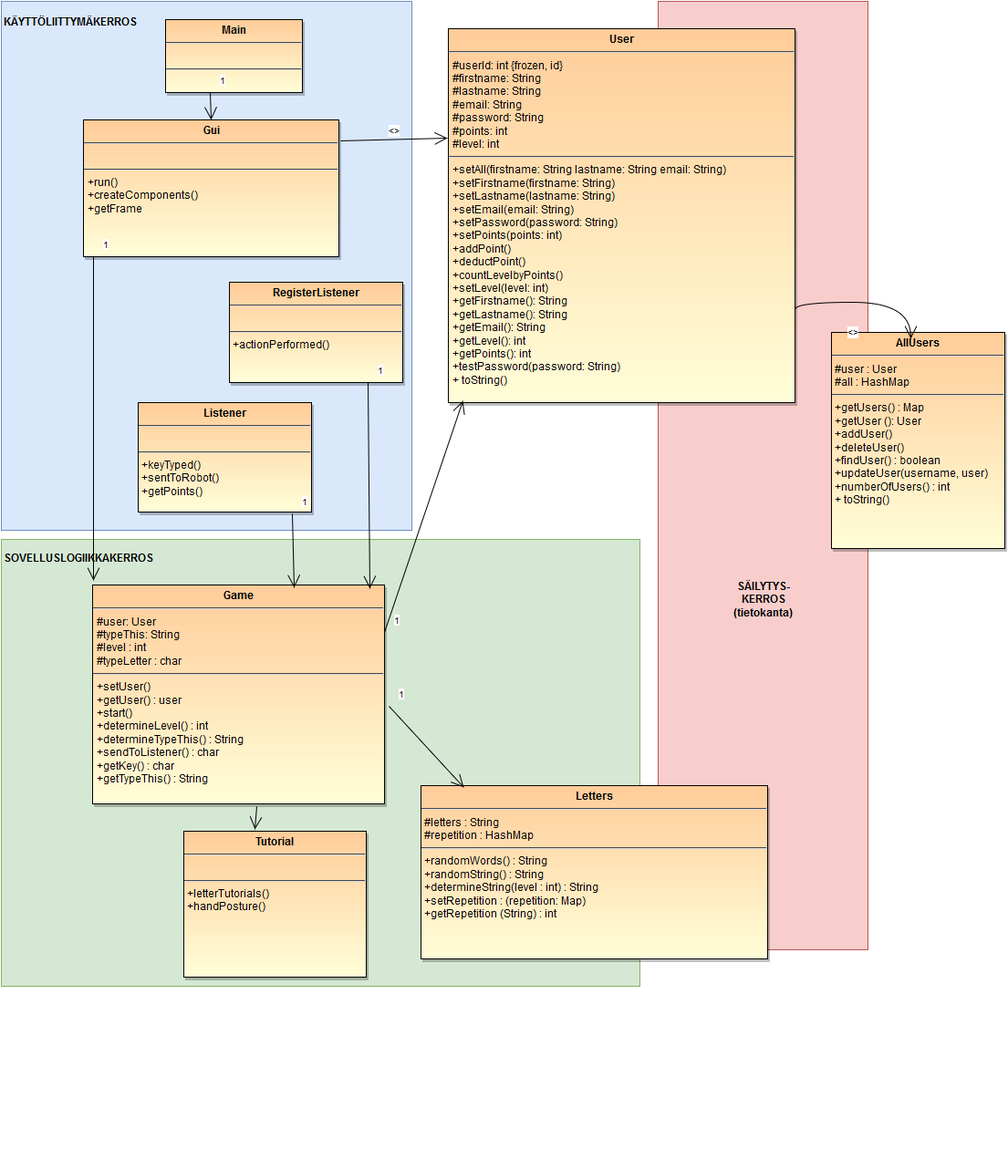
Before: dokumentaatio/luokkakaavio.png, a diagram exported from draw.io (MelDv/TypeTutor). Source tidied: cells renumbered, new cells last; positions are measured from the earlier drawing's top-left corner, leaving out a move shared by most shapes.
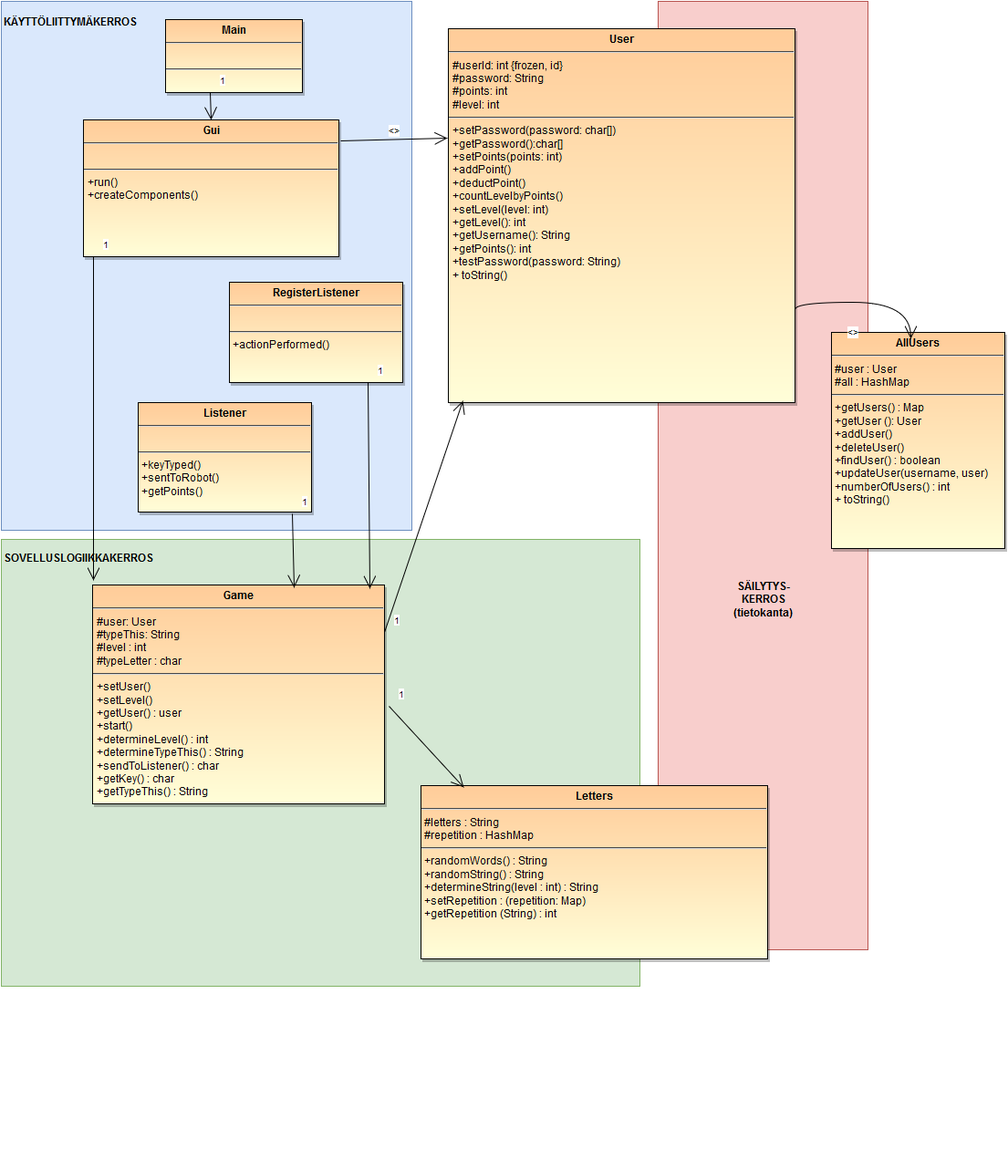
After the commit.

Commit message:
luokkakaavion päivitys

What changed in the source:
```diff
@@ -11,16 +11,16 @@
     <mxCell id="4" value="&lt;b&gt;&lt;br&gt;&lt;br&gt;&lt;br&gt;&lt;br&gt;&lt;br&gt;&lt;br&gt;&lt;br&gt;&lt;br&gt;&lt;br&gt;&lt;br&gt;&lt;br&gt;&lt;br&gt;&lt;br&gt;&lt;br&gt;&lt;br&gt;SOVELLUSLOGIIKKAKERROS&lt;br&gt;&lt;br&gt;&lt;br&gt;&lt;/b&gt;&lt;div align=&quot;left&quot;&gt;&lt;div align=&quot;left&quot;&gt;&lt;br&gt;&lt;br&gt;&lt;br&gt;&lt;br&gt;&lt;br&gt;&lt;br&gt;&lt;br&gt;&lt;br&gt;&lt;br&gt;&lt;br&gt;&lt;br&gt;&lt;br&gt;&lt;br&gt;&lt;br&gt;&lt;br&gt;&lt;br&gt;&lt;br&gt;&lt;br&gt;&lt;br&gt;&lt;br&gt;&lt;br&gt;&lt;br&gt;&lt;br&gt;&lt;br&gt;&lt;br&gt;&lt;br&gt;&lt;br&gt;&lt;br&gt;&lt;br&gt;&lt;br&gt;&lt;br&gt;&lt;br&gt;&lt;br&gt;&lt;br&gt;&lt;br&gt;&lt;br&gt;&lt;br&gt;&lt;br&gt;&lt;br&gt;&lt;br&gt;&lt;br&gt;&lt;/div&gt;&lt;b&gt;&lt;br&gt;&lt;/b&gt;&lt;/div&gt;&lt;br&gt;&lt;br&gt;" style="whiteSpace=wrap;html=1;fillColor=#d5e8d4;strokeColor=#82b366;align=left;" parent="1" vertex="1">
       <mxGeometry y="590" width="700" height="490" as="geometry" />
     </mxCell>
-    <mxCell id="5" value="&lt;p style=&quot;margin: 0px ; margin-top: 4px ; text-align: center&quot;&gt;&lt;strong&gt;Gui&lt;/strong&gt;&lt;/p&gt;&lt;hr&gt;&lt;p style=&quot;margin: 0px ; margin-left: 4px&quot;&gt;&lt;br&gt;&lt;/p&gt;&lt;hr&gt;&lt;p style=&quot;margin: 0px ; margin-left: 4px&quot;&gt;+run()&lt;/p&gt;&lt;p style=&quot;margin: 0px ; margin-left: 4px&quot;&gt;+createComponents()&lt;/p&gt;&lt;p style=&quot;margin: 0px ; margin-left: 4px&quot;&gt;+getFrame&lt;/p&gt;&lt;br&gt;" style="shadow=1;fillColor=#FFCC99;gradientColor=#FFFED8;verticalAlign=top;align=left;overflow=fill;fontSize=12;fontFamily=Helvetica;html=1;" parent="1" vertex="1">
+    <mxCell id="5" value="&lt;p style=&quot;margin: 0px ; margin-top: 4px ; text-align: center&quot;&gt;&lt;strong&gt;Gui&lt;/strong&gt;&lt;/p&gt;&lt;hr&gt;&lt;p style=&quot;margin: 0px ; margin-left: 4px&quot;&gt;&lt;br&gt;&lt;/p&gt;&lt;hr&gt;&lt;p style=&quot;margin: 0px ; margin-left: 4px&quot;&gt;+run()&lt;/p&gt;&lt;p style=&quot;margin: 0px ; margin-left: 4px&quot;&gt;+createComponents()&lt;/p&gt;&lt;p style=&quot;margin: 0px ; margin-left: 4px&quot;&gt;&lt;br&gt;&lt;/p&gt;&lt;br&gt;" style="shadow=1;fillColor=#FFCC99;gradientColor=#FFFED8;verticalAlign=top;align=left;overflow=fill;fontSize=12;fontFamily=Helvetica;html=1;" parent="1" vertex="1">
       <mxGeometry x="90" y="130" width="280" height="150" as="geometry" />
     </mxCell>
-    <mxCell id="6" value="&lt;p style=&quot;margin: 0px ; margin-top: 4px ; text-align: center&quot;&gt;&lt;strong&gt;User&lt;br&gt;&lt;/strong&gt;&lt;/p&gt;&lt;hr&gt;&lt;p style=&quot;margin: 0px ; margin-left: 4px&quot;&gt;#userId: int {frozen, id}&lt;/p&gt;&lt;p style=&quot;margin: 0px ; margin-left: 4px&quot;&gt;#firstname: String&lt;/p&gt;&lt;p style=&quot;margin: 0px ; margin-left: 4px&quot;&gt;#lastname: String&lt;/p&gt;&lt;p style=&quot;margin: 0px ; margin-left: 4px&quot;&gt;#email: String&lt;/p&gt;&lt;p style=&quot;margin: 0px ; margin-left: 4px&quot;&gt;#password: String&lt;/p&gt;&lt;p style=&quot;margin: 0px ; margin-left: 4px&quot;&gt;#points: int&lt;/p&gt;&lt;p style=&quot;margin: 0px ; margin-left: 4px&quot;&gt;#level: int&lt;/p&gt;&lt;hr&gt;&lt;p style=&quot;margin: 0px ; margin-left: 4px&quot;&gt;+setAll(firstname: String lastname: String email: String)&lt;/p&gt;&lt;p style=&quot;margin: 0px ; margin-left: 4px&quot;&gt;+setFirstname(firstname: String)&lt;/p&gt;&lt;p style=&quot;margin: 0px ; margin-left: 4px&quot;&gt;+setLastname(lastname: String)&lt;/p&gt;&lt;p style=&quot;margin: 0px ; margin-left: 4px&quot;&gt;+setEmail(email: String)&lt;/p&gt;&lt;p style=&quot;margin: 0px ; margin-left: 4px&quot;&gt;+setPassword(password: String)&lt;/p&gt;&lt;p style=&quot;margin: 0px ; margin-left: 4px&quot;&gt;+setPoints(points: int)&lt;/p&gt;&lt;p style=&quot;margin: 0px ; margin-left: 4px&quot;&gt;+addPoint()&lt;/p&gt;&lt;p style=&quot;margin: 0px ; margin-left: 4px&quot;&gt;+deductPoint()&lt;/p&gt;&lt;p style=&quot;margin: 0px ; margin-left: 4px&quot;&gt;+countLevelbyPoints()&lt;/p&gt;&lt;p style=&quot;margin: 0px ; margin-left: 4px&quot;&gt;+setLevel(level: int)&lt;br&gt;&lt;/p&gt;&lt;p style=&quot;margin: 0px ; margin-left: 4px&quot;&gt;+getFirstname(): String&lt;/p&gt;&lt;p style=&quot;margin: 0px ; margin-left: 4px&quot;&gt;+getLastname(): String&lt;/p&gt;&lt;p style=&quot;margin: 0px ; margin-left: 4px&quot;&gt;+getEmail(): String&lt;/p&gt;&lt;p style=&quot;margin: 0px ; margin-left: 4px&quot;&gt;+getLevel(): int&lt;/p&gt;&lt;p style=&quot;margin: 0px ; margin-left: 4px&quot;&gt;+getPoints(): int&lt;/p&gt;&lt;p style=&quot;margin: 0px ; margin-left: 4px&quot;&gt;+testPassword(password: String)&lt;/p&gt;&lt;p style=&quot;margin: 0px ; margin-left: 4px&quot;&gt;+ toString()&lt;/p&gt;&lt;p style=&quot;margin: 0px ; margin-left: 4px&quot;&gt;&lt;br&gt;&lt;/p&gt;&lt;p style=&quot;margin: 0px ; margin-left: 4px&quot;&gt;&lt;br&gt;&lt;/p&gt;&lt;p style=&quot;margin: 0px ; margin-left: 4px&quot;&gt;&lt;br&gt;&lt;/p&gt;&lt;p style=&quot;margin: 0px ; margin-left: 4px&quot;&gt;&lt;br&gt;&lt;/p&gt;" style="shadow=1;fillColor=#FFCC99;gradientColor=#FFFED8;verticalAlign=top;align=left;overflow=fill;fontSize=12;fontFamily=Helvetica;html=1;" parent="1" vertex="1">
+    <mxCell id="6" value="&lt;p style=&quot;margin: 0px ; margin-top: 4px ; text-align: center&quot;&gt;&lt;strong&gt;User&lt;br&gt;&lt;/strong&gt;&lt;/p&gt;&lt;hr&gt;&lt;p style=&quot;margin: 0px ; margin-left: 4px&quot;&gt;#userId: int {frozen, id}&lt;/p&gt;&lt;p style=&quot;margin: 0px ; margin-left: 4px&quot;&gt;#password: String&lt;/p&gt;&lt;p style=&quot;margin: 0px ; margin-left: 4px&quot;&gt;#points: int&lt;/p&gt;&lt;p style=&quot;margin: 0px ; margin-left: 4px&quot;&gt;#level: int&lt;/p&gt;&lt;hr&gt;&lt;p style=&quot;margin: 0px ; margin-left: 4px&quot;&gt;+setPassword(password: char[])&lt;/p&gt;&lt;p style=&quot;margin: 0px ; margin-left: 4px&quot;&gt;+getPassword():char[]&lt;br&gt;&lt;/p&gt;&lt;p style=&quot;margin: 0px ; margin-left: 4px&quot;&gt;+setPoints(points: int)&lt;/p&gt;&lt;p style=&quot;margin: 0px ; margin-left: 4px&quot;&gt;+addPoint()&lt;/p&gt;&lt;p style=&quot;margin: 0px ; margin-left: 4px&quot;&gt;+deductPoint()&lt;/p&gt;&lt;p style=&quot;margin: 0px ; margin-left: 4px&quot;&gt;+countLevelbyPoints()&lt;/p&gt;&lt;p style=&quot;margin: 0px ; margin-left: 4px&quot;&gt;+setLevel(level: int)&lt;br&gt;&lt;/p&gt;&lt;p style=&quot;margin: 0px ; margin-left: 4px&quot;&gt;+getLevel(): int&lt;/p&gt;&lt;p style=&quot;margin: 0px ; margin-left: 4px&quot;&gt;+getUsername(): String&lt;br&gt;&lt;/p&gt;&lt;p style=&quot;margin: 0px ; margin-left: 4px&quot;&gt;+getPoints(): int&lt;/p&gt;&lt;p style=&quot;margin: 0px ; margin-left: 4px&quot;&gt;+testPassword(password: String)&lt;/p&gt;&lt;p style=&quot;margin: 0px ; margin-left: 4px&quot;&gt;+ toString()&lt;/p&gt;&lt;p style=&quot;margin: 0px ; margin-left: 4px&quot;&gt;&lt;br&gt;&lt;/p&gt;&lt;p style=&quot;margin: 0px ; margin-left: 4px&quot;&gt;&lt;br&gt;&lt;/p&gt;&lt;p style=&quot;margin: 0px ; margin-left: 4px&quot;&gt;&lt;br&gt;&lt;/p&gt;&lt;p style=&quot;margin: 0px ; margin-left: 4px&quot;&gt;&lt;br&gt;&lt;/p&gt;" style="shadow=1;fillColor=#FFCC99;gradientColor=#FFFED8;verticalAlign=top;align=left;overflow=fill;fontSize=12;fontFamily=Helvetica;html=1;" parent="1" vertex="1">
       <mxGeometry x="490" y="30" width="380" height="410" as="geometry" />
     </mxCell>
     <mxCell id="7" value="&lt;&lt;use&gt;&gt;" style="endArrow=open;endSize=12;startArrow=none;startSize=10;startFill=0;sourcePerimeterSpacing=5;elbow=horizontal;html=1;verticalAlign=bottom;exitX=1.007;exitY=0.153;exitPerimeter=0;entryX=-0.003;entryY=0.293;entryPerimeter=0;" parent="1" edge="1" source="5" target="6">
       <mxGeometry as="geometry" />
     </mxCell>
-    <mxCell id="8" value="&lt;p style=&quot;margin: 0px ; margin-top: 4px ; text-align: center&quot;&gt;&lt;strong&gt;Game&lt;/strong&gt;&lt;/p&gt;&lt;hr&gt;&lt;p style=&quot;margin: 0px ; margin-left: 4px&quot;&gt;#user: User&lt;/p&gt;&lt;p style=&quot;margin: 0px ; margin-left: 4px&quot;&gt;#typeThis: String&lt;/p&gt;&lt;p style=&quot;margin: 0px ; margin-left: 4px&quot;&gt;#level : int&lt;/p&gt;&lt;p style=&quot;margin: 0px ; margin-left: 4px&quot;&gt;#typeLetter : char&lt;br&gt;&lt;/p&gt;&lt;hr&gt;&lt;p style=&quot;margin: 0px ; margin-left: 4px&quot;&gt;+setUser()&lt;/p&gt;&lt;p style=&quot;margin: 0px ; margin-left: 4px&quot;&gt;+getUser() : user&lt;br&gt;&lt;/p&gt;&lt;p style=&quot;margin: 0px ; margin-left: 4px&quot;&gt;+start()&lt;/p&gt;&lt;p style=&quot;margin: 0px ; margin-left: 4px&quot;&gt;+determineLevel() : int&lt;/p&gt;&lt;p style=&quot;margin: 0px ; margin-left: 4px&quot;&gt;+determineTypeThis() : String&lt;br&gt;&lt;/p&gt;&lt;p style=&quot;margin: 0px ; margin-left: 4px&quot;&gt;+sendToListener() : char&lt;br&gt;&lt;/p&gt;&lt;p style=&quot;margin: 0px ; margin-left: 4px&quot;&gt;+getKey() : char&lt;br&gt;&lt;/p&gt;&lt;p style=&quot;margin: 0px ; margin-left: 4px&quot;&gt;+getTypeThis() : String&lt;br&gt;&lt;/p&gt;" style="shadow=1;fillColor=#FFCC99;gradientColor=#FFFED8;verticalAlign=top;align=left;overflow=fill;fontSize=12;fontFamily=Helvetica;html=1;" parent="1" vertex="1">
+    <mxCell id="8" value="&lt;p style=&quot;margin: 0px ; margin-top: 4px ; text-align: center&quot;&gt;&lt;strong&gt;Game&lt;/strong&gt;&lt;/p&gt;&lt;hr&gt;&lt;p style=&quot;margin: 0px ; margin-left: 4px&quot;&gt;#user: User&lt;/p&gt;&lt;p style=&quot;margin: 0px ; margin-left: 4px&quot;&gt;#typeThis: String&lt;/p&gt;&lt;p style=&quot;margin: 0px ; margin-left: 4px&quot;&gt;#level : int&lt;/p&gt;&lt;p style=&quot;margin: 0px ; margin-left: 4px&quot;&gt;#typeLetter : char&lt;br&gt;&lt;/p&gt;&lt;hr&gt;&lt;p style=&quot;margin: 0px ; margin-left: 4px&quot;&gt;+setUser()&lt;/p&gt;&lt;p style=&quot;margin: 0px ; margin-left: 4px&quot;&gt;+setLevel()&lt;br&gt;&lt;/p&gt;&lt;p style=&quot;margin: 0px ; margin-left: 4px&quot;&gt;+getUser() : user&lt;br&gt;&lt;/p&gt;&lt;p style=&quot;margin: 0px ; margin-left: 4px&quot;&gt;+start()&lt;/p&gt;&lt;p style=&quot;margin: 0px ; margin-left: 4px&quot;&gt;+determineLevel() : int&lt;/p&gt;&lt;p style=&quot;margin: 0px ; margin-left: 4px&quot;&gt;+determineTypeThis() : String&lt;br&gt;&lt;/p&gt;&lt;p style=&quot;margin: 0px ; margin-left: 4px&quot;&gt;+sendToListener() : char&lt;br&gt;&lt;/p&gt;&lt;p style=&quot;margin: 0px ; margin-left: 4px&quot;&gt;+getKey() : char&lt;br&gt;&lt;/p&gt;&lt;p style=&quot;margin: 0px ; margin-left: 4px&quot;&gt;+getTypeThis() : String&lt;br&gt;&lt;/p&gt;" style="shadow=1;fillColor=#FFCC99;gradientColor=#FFFED8;verticalAlign=top;align=left;overflow=fill;fontSize=12;fontFamily=Helvetica;html=1;" parent="1" vertex="1">
       <mxGeometry x="100" y="640" width="320" height="240" as="geometry" />
     </mxCell>
     <mxCell id="9" value="&lt;p style=&quot;margin: 0px ; margin-top: 4px ; text-align: center&quot;&gt;&lt;strong&gt;Letters&lt;br&gt;&lt;/strong&gt;&lt;/p&gt;&lt;hr&gt;&amp;nbsp;#letters : String&lt;br&gt;&amp;nbsp;#repetition : HashMap&lt;br&gt;&lt;hr&gt;&amp;nbsp;+randomWords() : String&lt;br&gt;&amp;nbsp;+randomString() : String&lt;br&gt;&amp;nbsp;+determineString(level : int) : String&lt;br&gt;&amp;nbsp;+setRepetition : (repetition: Map) &lt;br&gt;&amp;nbsp;+getRepetition (String) : int&lt;br&gt;&lt;p style=&quot;margin: 0px ; margin-left: 4px&quot;&gt;&lt;br&gt;&lt;/p&gt;" style="shadow=1;fillColor=#FFCC99;gradientColor=#FFFED8;verticalAlign=top;align=left;overflow=fill;fontSize=12;fontFamily=Helvetica;html=1;" parent="1" vertex="1">
@@ -51,20 +51,7 @@
         <mxPoint y="10" as="offset" />
       </mxGeometry>
     </mxCell>
-    <mxCell id="15" value="&lt;p style=&quot;margin: 0px ; margin-top: 4px ; text-align: center&quot;&gt;&lt;strong&gt;Tutorial&lt;br&gt;&lt;/strong&gt;&lt;/p&gt;&lt;hr&gt;&lt;br&gt;&lt;hr&gt;&amp;nbsp;+letterTutorials()&lt;br&gt;&amp;nbsp;+handPosture()&lt;br&gt;&lt;p&gt;&lt;br&gt;&lt;/p&gt;" style="shadow=1;fillColor=#FFCC99;gradientColor=#FFFED8;verticalAlign=top;align=left;overflow=fill;fontSize=12;fontFamily=Helvetica;html=1;" parent="1" vertex="1">
-      <mxGeometry x="200" y="910" width="200" height="160" as="geometry" />
-    </mxCell>
-    <mxCell id="16" style="endArrow=open;endSize=12;startArrow=none;startSize=10;startFill=0;sourcePerimeterSpacing=5;align=right;elbow=horizontal;verticalAlign=top;html=1;entryX=0.39;entryY=-0.012;entryPerimeter=0;exitX=0.563;exitY=1.013;exitPerimeter=0;rounded=0;" parent="1" edge="1" source="8" target="15">
-      <mxGeometry x="13" y="306" as="geometry">
-        <mxPoint x="-10.5" y="32.5" as="offset" />
-      </mxGeometry>
-    </mxCell>
-    <mxCell id="17" style="align=left;verticalAlign=top;labelBackgroundColor=white;fontSize=10;html=1;" parent="16" vertex="1">
-      <mxGeometry x="-1" relative="1" as="geometry">
-        <mxPoint x="8" y="-25" as="offset" />
-      </mxGeometry>
-    </mxCell>
-    <mxCell id="18" value="&lt;p style=&quot;margin: 0px ; margin-top: 4px ; text-align: center&quot;&gt;&lt;strong&gt;RegisterListener&lt;br&gt;&lt;/strong&gt;&lt;/p&gt;&lt;hr&gt;&lt;br&gt;&lt;hr&gt;&amp;nbsp;+actionPerformed()&lt;br&gt;&lt;p style=&quot;margin: 0px ; margin-left: 4px&quot;&gt;&lt;br&gt;&lt;/p&gt;" style="shadow=1;fillColor=#FFCC99;gradientColor=#FFFED8;verticalAlign=top;align=left;overflow=fill;fontSize=12;fontFamily=Helvetica;html=1;" parent="1" vertex="1">
+    <mxCell id="18" value="&lt;p style=&quot;margin: 0px ; margin-top: 4px ; text-align: center&quot;&gt;&lt;strong&gt;RegisterListener&lt;br&gt;&lt;/strong&gt;&lt;/p&gt;&lt;hr&gt;&lt;br&gt;&lt;hr&gt;&amp;nbsp;+actionPerformed()&lt;br&gt;&amp;nbsp;&lt;br&gt;&lt;p style=&quot;margin: 0px ; margin-left: 4px&quot;&gt;&lt;br&gt;&lt;/p&gt;" style="shadow=1;fillColor=#FFCC99;gradientColor=#FFFED8;verticalAlign=top;align=left;overflow=fill;fontSize=12;fontFamily=Helvetica;html=1;" parent="1" vertex="1">
       <mxGeometry x="250" y="308" width="190" height="110" as="geometry" />
     </mxCell>
     <mxCell id="19" style="endArrow=open;endSize=12;startArrow=none;startSize=10;startFill=0;sourcePerimeterSpacing=5;align=right;elbow=horizontal;verticalAlign=top;html=1;entryX=0.95;entryY=0.017;exitX=0.8;exitY=1;exitPerimeter=0;entryPerimeter=0;" parent="1" edge="1" source="18" target="8">
```
